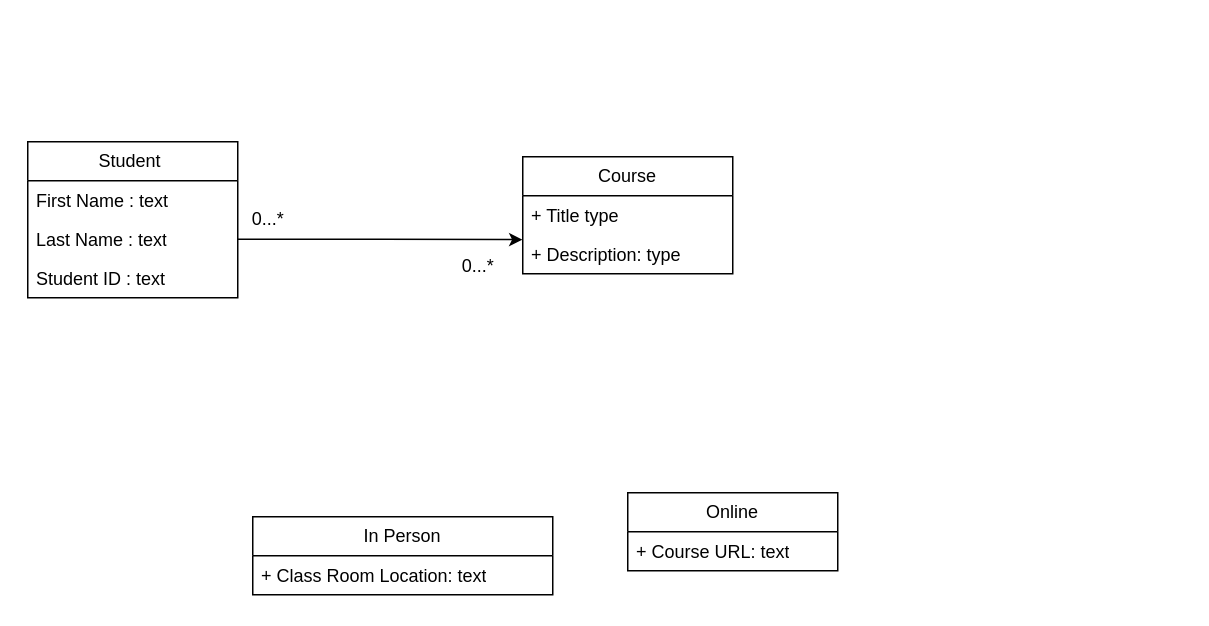
The draw.io diagram Untitled Diagram.drawio in prakashbtech87/systemdesign, before the edit. Source tidied: cells renumbered, new cells numbered last; positions are measured from the earlier drawing's top-left corner, leaving out a move shared by most shapes. Both pictures are drawn from the tidied source at 150%, with x=0, y=0 at pixel (27, 141).
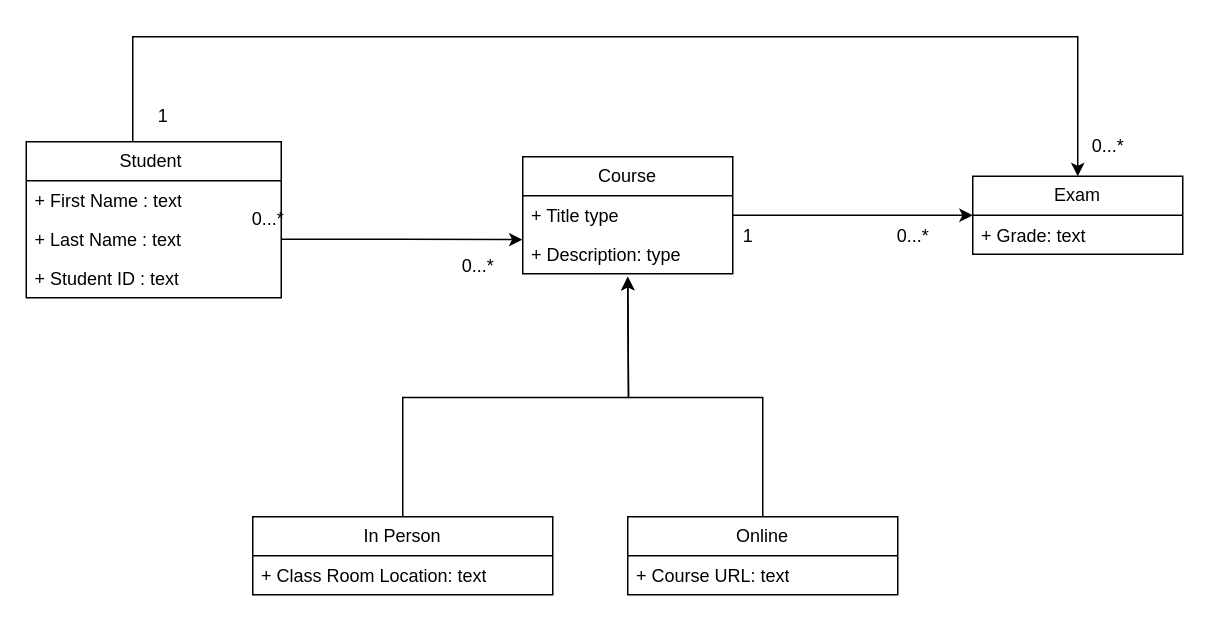
The same diagram, later.

Unchanged cells that the change refers to:
```xml
<mxCell id="7" value="+ Title type" style="text;strokeColor=none;fillColor=none;align=left;verticalAlign=top;spacingLeft=4;spacingRight=4;overflow=hidden;points=[[0,0.5],[1,0.5]];portConstraint=eastwest;whiteSpace=wrap;html=1;" parent="6" vertex="1">
  <mxGeometry y="26" width="140" height="26" as="geometry" />
</mxCell>
<mxCell id="12" value="In Person" style="swimlane;fontStyle=0;horizontal=1;startSize=26;fillColor=none;whiteSpace=wrap;html=1;" parent="1" vertex="1">
  <mxGeometry x="150" y="250" width="200" height="52" as="geometry" />
</mxCell>
```

What changed in the source:
```diff
@@
+    <mxCell id="16" style="edgeStyle=orthogonalEdgeStyle;rounded=0;jettySize=auto;html=1;entryX=0.5;entryY=0;entryDx=0;entryDy=0;" parent="1" edge="1" source="2" target="19">
+      <mxGeometry relative="1" as="geometry">
+        <Array as="points">
+          <mxPoint x="70" y="-70" />
+          <mxPoint x="700" y="-70" />
+        </Array>
+      </mxGeometry>
+    </mxCell>
     <mxCell id="2" value="Student&amp;nbsp;" style="swimlane;fontStyle=0;horizontal=1;startSize=26;fillColor=none;whiteSpace=wrap;html=1;" parent="1" vertex="1">
-      <mxGeometry width="140" height="104" as="geometry" />
+      <mxGeometry x="-1" width="170" height="104" as="geometry" />
     </mxCell>
-    <mxCell id="3" value="First Name : text" style="text;strokeColor=none;fillColor=none;align=left;verticalAlign=top;spacingLeft=4;spacingRight=4;overflow=hidden;whiteSpace=wrap;html=1;" parent="2" vertex="1">
-      <mxGeometry y="26" width="140" height="26" as="geometry" />
+    <mxCell id="3" value="+ First Name : text" style="text;strokeColor=none;fillColor=none;align=left;verticalAlign=top;spacingLeft=4;spacingRight=4;overflow=hidden;whiteSpace=wrap;html=1;" parent="2" vertex="1">
+      <mxGeometry y="26" width="170" height="26" as="geometry" />
     </mxCell>
-    <mxCell id="4" value="Last Name : text" style="text;strokeColor=none;fillColor=none;align=left;verticalAlign=top;spacingLeft=4;spacingRight=4;overflow=hidden;points=[[0,0.5],[1,0.5]];portConstraint=eastwest;whiteSpace=wrap;html=1;" parent="2" vertex="1">
-      <mxGeometry y="52" width="140" height="26" as="geometry" />
+    <mxCell id="4" value="+ Last Name : text" style="text;strokeColor=none;fillColor=none;align=left;verticalAlign=top;spacingLeft=4;spacingRight=4;overflow=hidden;points=[[0,0.5],[1,0.5]];portConstraint=eastwest;whiteSpace=wrap;html=1;" parent="2" vertex="1">
+      <mxGeometry y="52" width="170" height="26" as="geometry" />
     </mxCell>
-    <mxCell id="5" value="Student ID : text" style="text;strokeColor=none;fillColor=none;align=left;verticalAlign=top;spacingLeft=4;spacingRight=4;overflow=hidden;whiteSpace=wrap;html=1;" parent="2" vertex="1">
-      <mxGeometry y="78" width="140" height="26" as="geometry" />
+    <mxCell id="5" value="+ Student ID : text" style="text;strokeColor=none;fillColor=none;align=left;verticalAlign=top;spacingLeft=4;spacingRight=4;overflow=hidden;whiteSpace=wrap;html=1;" parent="2" vertex="1">
+      <mxGeometry y="78" width="170" height="26" as="geometry" />
     </mxCell>
@@
+    <mxCell id="17" style="edgeStyle=orthogonalEdgeStyle;rounded=0;jettySize=auto;html=1;exitX=0.5;exitY=0;exitDx=0;exitDy=0;" parent="1" edge="1" source="12">
+      <mxGeometry relative="1" as="geometry">
+        <mxPoint x="400" y="90" as="targetPoint" />
+      </mxGeometry>
+    </mxCell>
@@
+    <mxCell id="18" style="edgeStyle=orthogonalEdgeStyle;rounded=0;jettySize=auto;html=1;" parent="1" edge="1" source="14">
+      <mxGeometry relative="1" as="geometry">
+        <mxPoint x="400" y="90" as="targetPoint" />
+      </mxGeometry>
+    </mxCell>
     <mxCell id="14" value="Online" style="swimlane;fontStyle=0;horizontal=1;startSize=26;fillColor=none;whiteSpace=wrap;html=1;" parent="1" vertex="1">
-      <mxGeometry x="400" y="234" width="140" height="52" as="geometry" />
+      <mxGeometry x="400" y="250" width="180" height="52" as="geometry" />
     </mxCell>
     <mxCell id="15" value="+ Course URL: text" style="text;strokeColor=none;fillColor=none;align=left;verticalAlign=top;spacingLeft=4;spacingRight=4;overflow=hidden;whiteSpace=wrap;html=1;" parent="14" vertex="1">
-      <mxGeometry y="26" width="140" height="26" as="geometry" />
+      <mxGeometry y="26" width="180" height="26" as="geometry" />
     </mxCell>
+    <mxCell id="19" value="Exam" style="swimlane;fontStyle=0;horizontal=1;startSize=26;fillColor=none;whiteSpace=wrap;html=1;" parent="1" vertex="1">
+      <mxGeometry x="630" y="23" width="140" height="52" as="geometry" />
+    </mxCell>
+    <mxCell id="20" value="+ Grade: text" style="text;strokeColor=none;fillColor=none;align=left;verticalAlign=top;spacingLeft=4;spacingRight=4;overflow=hidden;whiteSpace=wrap;html=1;" parent="19" vertex="1">
+      <mxGeometry y="26" width="140" height="26" as="geometry" />
+    </mxCell>
+    <mxCell id="21" style="edgeStyle=orthogonalEdgeStyle;rounded=0;jettySize=auto;html=1;entryX=0;entryY=0.5;entryDx=0;entryDy=0;" parent="1" edge="1" source="7" target="19">
+      <mxGeometry relative="1" as="geometry" />
+    </mxCell>
+    <mxCell id="22" value="0...*" style="text;html=1;align=center;verticalAlign=middle;strokeColor=none;fillColor=none;" parent="1" vertex="1">
+      <mxGeometry x="570" y="48" width="40" height="30" as="geometry" />
+    </mxCell>
+    <mxCell id="23" value="1" style="text;html=1;align=center;verticalAlign=middle;strokeColor=none;fillColor=none;" parent="1" vertex="1">
+      <mxGeometry x="465" y="48" width="30" height="30" as="geometry" />
+    </mxCell>
+    <mxCell id="24" value="0...*" style="text;html=1;align=center;verticalAlign=middle;strokeColor=none;fillColor=none;" parent="1" vertex="1">
+      <mxGeometry x="700" y="-12" width="40" height="30" as="geometry" />
+    </mxCell>
+    <mxCell id="25" value="1" style="text;html=1;align=center;verticalAlign=middle;strokeColor=none;fillColor=none;" parent="1" vertex="1">
+      <mxGeometry x="75" y="-32" width="30" height="30" as="geometry" />
+    </mxCell>
```
